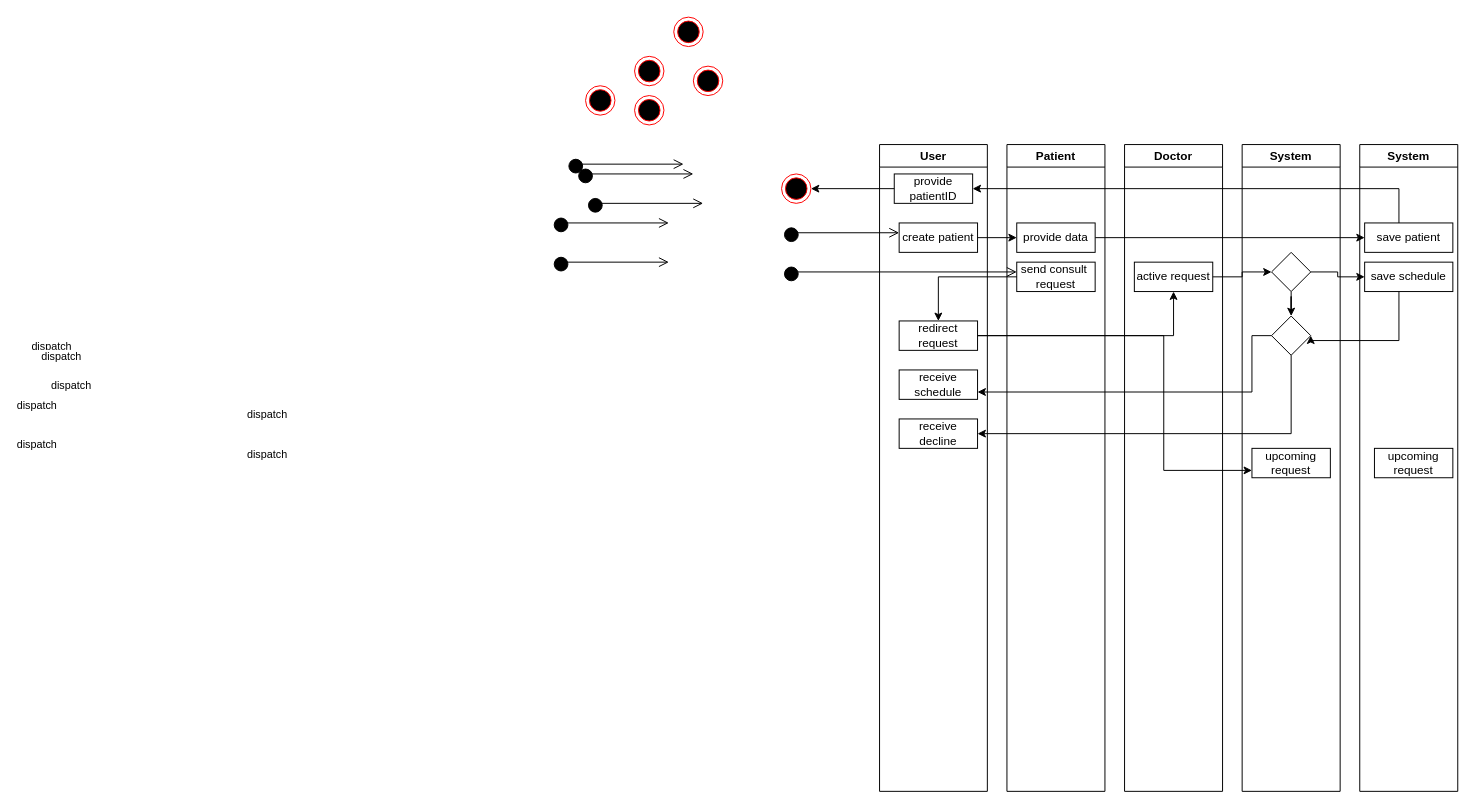
Above: Swimlane diagram.drawio in souravbiswassanto/Projects (draw.io), before the change. Source tidied: cells renumbered, new cells numbered last; positions are measured from the earlier drawing's top-left corner, leaving out a move shared by most shapes. Both pictures are drawn from the tidied source at 98%, with x=0, y=0 at pixel (561, 17).
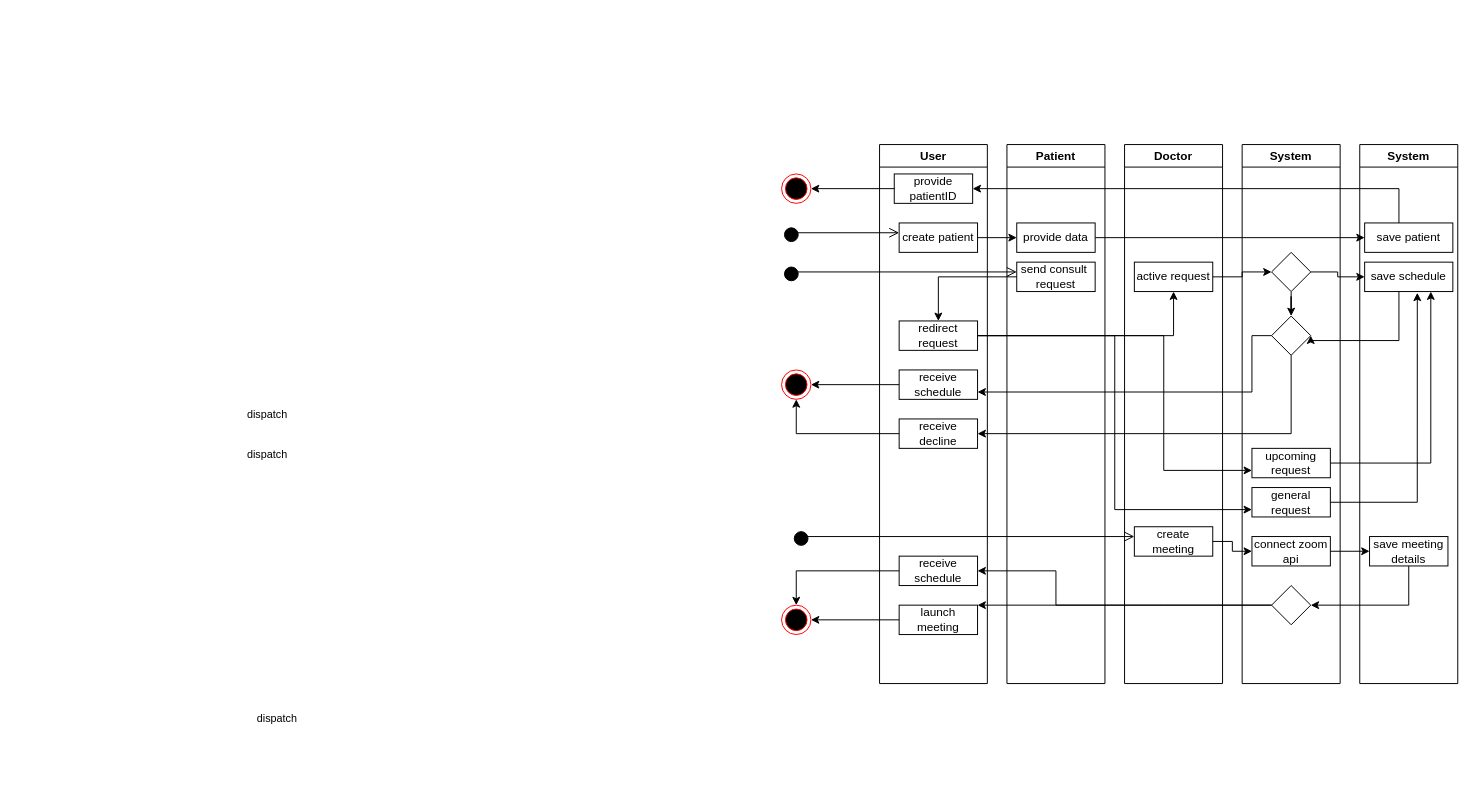
The same page after the edit.

Unchanged cells that the change refers to:
```xml
<mxCell id="6" value="redirect request" style="whiteSpace=wrap;html=1;" parent="2" vertex="1">
  <mxGeometry x="20" y="180" width="80" height="30" as="geometry" />
</mxCell>
<mxCell id="7" value="receive schedule" style="whiteSpace=wrap;html=1;" parent="2" vertex="1">
  <mxGeometry x="20" y="230" width="80" height="30" as="geometry" />
</mxCell>
<mxCell id="8" value="receive decline" style="whiteSpace=wrap;html=1;" parent="2" vertex="1">
  <mxGeometry x="20" y="280" width="80" height="30" as="geometry" />
</mxCell>
<mxCell id="15" value="upcoming request" style="whiteSpace=wrap;html=1;" parent="11" vertex="1">
  <mxGeometry x="10" y="310" width="80" height="30" as="geometry" />
</mxCell>
<mxCell id="20" value="save schedule" style="whiteSpace=wrap;html=1;" parent="18" vertex="1">
  <mxGeometry x="5" y="120" width="90" height="30" as="geometry" />
</mxCell>
```

What changed in the source:
```diff
@@
     <mxCell id="2" value="User" style="swimlane;whiteSpace=wrap;html=1;" parent="1" vertex="1">
-      <mxGeometry x="325" y="130" width="110" height="660" as="geometry" />
+      <mxGeometry x="325" y="130" width="110" height="550" as="geometry" />
     </mxCell>
@@
+    <mxCell id="47" value="receive schedule" style="whiteSpace=wrap;html=1;" parent="2" vertex="1">
+      <mxGeometry x="20" y="420" width="80" height="30" as="geometry" />
+    </mxCell>
+    <mxCell id="48" value="launch meeting" style="whiteSpace=wrap;html=1;" parent="2" vertex="1">
+      <mxGeometry x="20" y="470" width="80" height="30" as="geometry" />
+    </mxCell>
     <mxCell id="9" value="Patient" style="swimlane;whiteSpace=wrap;html=1;startSize=23;" parent="1" vertex="1">
-      <mxGeometry x="455" y="130" width="100" height="660" as="geometry" />
+      <mxGeometry x="455" y="130" width="100" height="550" as="geometry" />
     </mxCell>
@@
     <mxCell id="11" value="System" style="swimlane;whiteSpace=wrap;html=1;" parent="1" vertex="1">
-      <mxGeometry x="695" y="130" width="100" height="660" as="geometry" />
+      <mxGeometry x="695" y="130" width="100" height="550" as="geometry" />
     </mxCell>
@@
+    <mxCell id="49" value="general request" style="whiteSpace=wrap;html=1;" parent="11" vertex="1">
+      <mxGeometry x="10" y="350" width="80" height="30" as="geometry" />
+    </mxCell>
+    <mxCell id="50" value="connect zoom api" style="whiteSpace=wrap;html=1;" parent="11" vertex="1">
+      <mxGeometry x="10" y="400" width="80" height="30" as="geometry" />
+    </mxCell>
+    <mxCell id="51" style="rhombus;whiteSpace=wrap;html=1;" parent="11" vertex="1">
+      <mxGeometry x="30" y="450" width="40" height="40" as="geometry" />
+    </mxCell>
     <mxCell id="16" value="Doctor" style="swimlane;whiteSpace=wrap;html=1;" parent="1" vertex="1">
-      <mxGeometry x="575" y="130" width="100" height="660" as="geometry" />
+      <mxGeometry x="575" y="130" width="100" height="550" as="geometry" />
     </mxCell>
@@
+    <mxCell id="21" value="create meeting" style="whiteSpace=wrap;html=1;" parent="16" vertex="1">
+      <mxGeometry x="10" y="390" width="80" height="30" as="geometry" />
+    </mxCell>
     <mxCell id="18" value="System" style="swimlane;whiteSpace=wrap;html=1;" parent="1" vertex="1">
-      <mxGeometry x="815" y="130" width="100" height="660" as="geometry" />
+      <mxGeometry x="815" y="130" width="100" height="550" as="geometry" />
     </mxCell>
@@
-    <mxCell id="21" value="upcoming request" style="whiteSpace=wrap;html=1;" parent="18" vertex="1">
-      <mxGeometry x="15" y="310" width="80" height="30" as="geometry" />
-    </mxCell>
+    <mxCell id="52" value="save meeting details" style="whiteSpace=wrap;html=1;" parent="18" vertex="1">
+      <mxGeometry x="10" y="400" width="80" height="30" as="geometry" />
+    </mxCell>
@@
-    <mxCell id="23" value="dispatch" style="html=1;verticalAlign=bottom;startArrow=circle;startFill=1;endArrow=open;startSize=6;endSize=8;edgeStyle=elbowEdgeStyle;elbow=vertical;curved=0;rounded=0;" parent="1" edge="1">
-      <mxGeometry x="-1" y="275" relative="1" as="geometry">
-        <mxPoint x="35" y="200" as="sourcePoint" />
-        <mxPoint x="145" y="190" as="targetPoint" />
-        <Array as="points">
-          <mxPoint x="55" y="190" />
-        </Array>
-        <mxPoint x="-260" y="185" as="offset" />
-      </mxGeometry>
-    </mxCell>
-    <mxCell id="24" value="dispatch" style="html=1;verticalAlign=bottom;startArrow=circle;startFill=1;endArrow=open;startSize=6;endSize=8;edgeStyle=elbowEdgeStyle;elbow=vertical;curved=0;rounded=0;" parent="1" edge="1">
-      <mxGeometry x="-1" y="275" relative="1" as="geometry">
-        <mxPoint y="220" as="sourcePoint" />
-        <mxPoint x="110" y="210" as="targetPoint" />
-        <Array as="points">
-          <mxPoint x="20" y="210" />
-        </Array>
-        <mxPoint x="-260" y="185" as="offset" />
-      </mxGeometry>
-    </mxCell>
-    <mxCell id="25" value="dispatch" style="html=1;verticalAlign=bottom;startArrow=circle;startFill=1;endArrow=open;startSize=6;endSize=8;edgeStyle=elbowEdgeStyle;elbow=vertical;curved=0;rounded=0;" parent="1" edge="1">
-      <mxGeometry x="-1" y="275" relative="1" as="geometry">
-        <mxPoint x="15" y="160" as="sourcePoint" />
-        <mxPoint x="125" y="150" as="targetPoint" />
-        <Array as="points">
-          <mxPoint x="35" y="150" />
-        </Array>
-        <mxPoint x="-260" y="185" as="offset" />
-      </mxGeometry>
-    </mxCell>
-    <mxCell id="26" value="dispatch" style="html=1;verticalAlign=bottom;startArrow=circle;startFill=1;endArrow=open;startSize=6;endSize=8;edgeStyle=elbowEdgeStyle;elbow=vertical;curved=0;rounded=0;" parent="1" edge="1">
-      <mxGeometry x="-1" y="275" relative="1" as="geometry">
-        <mxPoint x="25" y="170" as="sourcePoint" />
-        <mxPoint x="135" y="160" as="targetPoint" />
-        <Array as="points">
-          <mxPoint x="45" y="160" />
-        </Array>
-        <mxPoint x="-260" y="185" as="offset" />
-      </mxGeometry>
-    </mxCell>
     <mxCell id="27" value="dispatch" style="html=1;verticalAlign=bottom;startArrow=circle;startFill=1;endArrow=open;startSize=6;endSize=8;edgeStyle=elbowEdgeStyle;elbow=vertical;curved=0;rounded=0;" parent="1" edge="1">
       <mxGeometry x="-1" y="275" relative="1" as="geometry">
-        <mxPoint y="260" as="sourcePoint" />
-        <mxPoint x="110" y="250" as="targetPoint" />
+        <mxPoint x="245" y="540" as="sourcePoint" />
+        <mxPoint x="585" y="530" as="targetPoint" />
         <Array as="points">
-          <mxPoint x="20" y="250" />
+          <mxPoint x="265" y="530" />
         </Array>
         <mxPoint x="-260" y="185" as="offset" />
       </mxGeometry>
     </mxCell>
@@
-    <mxCell id="33" style="ellipse;html=1;shape=endState;fillColor=#000000;strokeColor=#ff0000;" parent="1" vertex="1">
-      <mxGeometry x="115" width="30" height="30" as="geometry" />
-    </mxCell>
-    <mxCell id="34" style="ellipse;html=1;shape=endState;fillColor=#000000;strokeColor=#ff0000;" parent="1" vertex="1">
-      <mxGeometry x="135" y="50" width="30" height="30" as="geometry" />
-    </mxCell>
     <mxCell id="35" style="ellipse;html=1;shape=endState;fillColor=#000000;strokeColor=#ff0000;" parent="1" vertex="1">
-      <mxGeometry x="75" y="80" width="30" height="30" as="geometry" />
+      <mxGeometry x="225" y="360" width="30" height="30" as="geometry" />
     </mxCell>
-    <mxCell id="36" style="ellipse;html=1;shape=endState;fillColor=#000000;strokeColor=#ff0000;" parent="1" vertex="1">
-      <mxGeometry x="75" y="40" width="30" height="30" as="geometry" />
-    </mxCell>
     <mxCell id="37" style="ellipse;html=1;shape=endState;fillColor=#000000;strokeColor=#ff0000;" parent="1" vertex="1">
-      <mxGeometry x="25" y="70" width="30" height="30" as="geometry" />
+      <mxGeometry x="225" y="600" width="30" height="30" as="geometry" />
     </mxCell>
@@
+    <mxCell id="53" style="edgeStyle=orthogonalEdgeStyle;rounded=0;jettySize=auto;html=1;entryX=0.75;entryY=1;entryDx=0;entryDy=0;" parent="1" edge="1" source="15" target="20">
+      <mxGeometry relative="1" as="geometry" />
+    </mxCell>
+    <mxCell id="54" style="edgeStyle=orthogonalEdgeStyle;rounded=0;jettySize=auto;html=1;entryX=0;entryY=0.75;entryDx=0;entryDy=0;" parent="1" edge="1" source="6" target="49">
+      <mxGeometry relative="1" as="geometry" />
+    </mxCell>
+    <mxCell id="55" style="edgeStyle=orthogonalEdgeStyle;rounded=0;jettySize=auto;html=1;entryX=0.597;entryY=1.042;entryDx=0;entryDy=0;entryPerimeter=0;" parent="1" edge="1" source="49" target="20">
+      <mxGeometry relative="1" as="geometry" />
+    </mxCell>
+    <mxCell id="56" style="edgeStyle=orthogonalEdgeStyle;rounded=0;jettySize=auto;html=1;" parent="1" edge="1" source="7" target="35">
+      <mxGeometry relative="1" as="geometry" />
+    </mxCell>
+    <mxCell id="57" style="edgeStyle=orthogonalEdgeStyle;rounded=0;jettySize=auto;html=1;entryX=0.5;entryY=1;entryDx=0;entryDy=0;" parent="1" edge="1" source="8" target="35">
+      <mxGeometry relative="1" as="geometry" />
+    </mxCell>
+    <mxCell id="58" style="edgeStyle=orthogonalEdgeStyle;rounded=0;jettySize=auto;html=1;" parent="1" edge="1" source="21" target="50">
+      <mxGeometry relative="1" as="geometry" />
+    </mxCell>
+    <mxCell id="59" style="edgeStyle=orthogonalEdgeStyle;rounded=0;jettySize=auto;html=1;" parent="1" edge="1" source="50" target="52">
+      <mxGeometry relative="1" as="geometry" />
+    </mxCell>
+    <mxCell id="60" style="edgeStyle=orthogonalEdgeStyle;rounded=0;jettySize=auto;html=1;entryX=1;entryY=0.5;entryDx=0;entryDy=0;" parent="1" edge="1" source="52" target="51">
+      <mxGeometry relative="1" as="geometry">
+        <Array as="points">
+          <mxPoint x="865" y="600" />
+        </Array>
+      </mxGeometry>
+    </mxCell>
+    <mxCell id="61" style="edgeStyle=orthogonalEdgeStyle;rounded=0;jettySize=auto;html=1;" parent="1" edge="1" source="51" target="47">
+      <mxGeometry relative="1" as="geometry">
+        <Array as="points">
+          <mxPoint x="505" y="600" />
+          <mxPoint x="505" y="565" />
+        </Array>
+      </mxGeometry>
+    </mxCell>
+    <mxCell id="62" style="edgeStyle=orthogonalEdgeStyle;rounded=0;jettySize=auto;html=1;" parent="1" edge="1" source="51" target="48">
+      <mxGeometry relative="1" as="geometry">
+        <Array as="points">
+          <mxPoint x="615" y="600" />
+          <mxPoint x="615" y="600" />
+        </Array>
+      </mxGeometry>
+    </mxCell>
+    <mxCell id="63" style="edgeStyle=orthogonalEdgeStyle;rounded=0;jettySize=auto;html=1;entryX=0.5;entryY=0;entryDx=0;entryDy=0;" parent="1" edge="1" source="47" target="37">
+      <mxGeometry relative="1" as="geometry" />
+    </mxCell>
+    <mxCell id="64" style="edgeStyle=orthogonalEdgeStyle;rounded=0;jettySize=auto;html=1;entryX=1;entryY=0.5;entryDx=0;entryDy=0;" parent="1" edge="1" source="48" target="37">
+      <mxGeometry relative="1" as="geometry" />
+    </mxCell>
```
